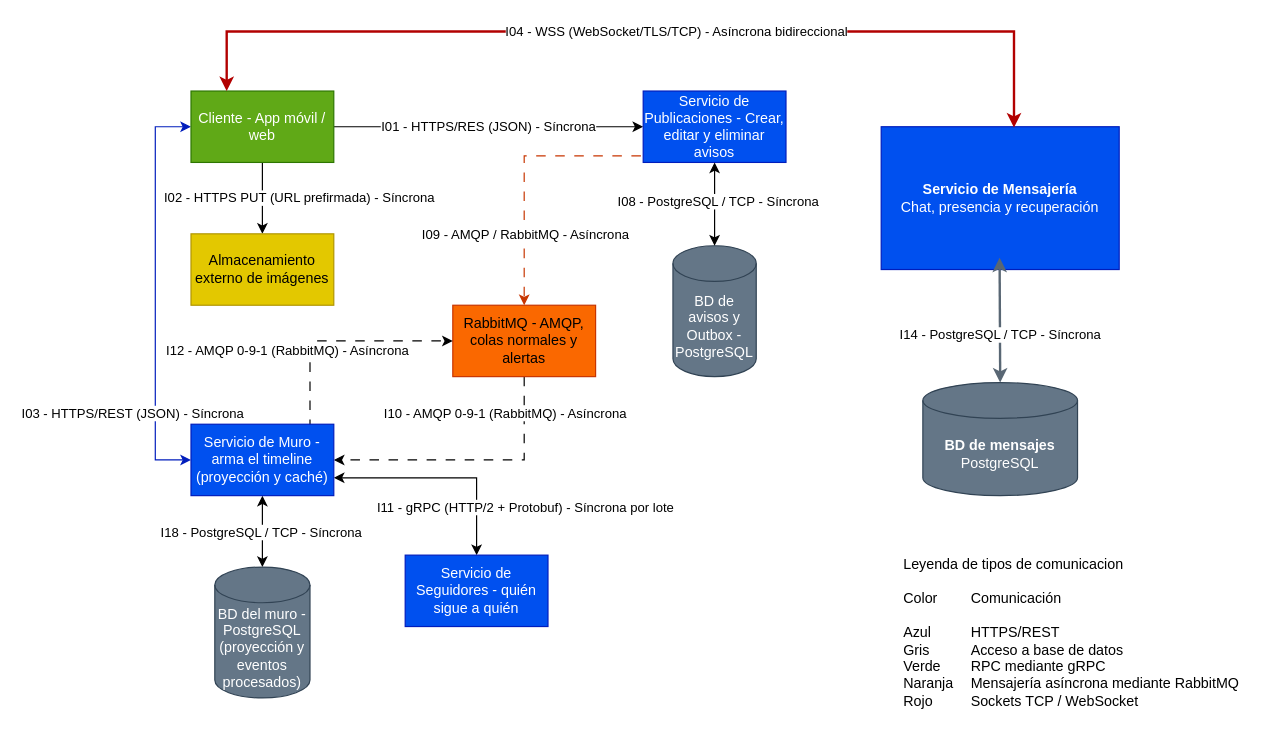
Earlier version of the draw.io diagram Archivo editable y exportado/vecindario.drawio.xml (Yukisan-uwo/GA-TL-02-FORM-Modelado-de-Comunicacion-entre-Procesos-Distribuidos). Source tidied: cells renumbered, new cells numbered last; positions are measured from the earlier drawing's top-left corner, leaving out a move shared by most shapes. Both pictures are drawn from the tidied source at 119%, with x=0, y=0 at pixel (155, 31).
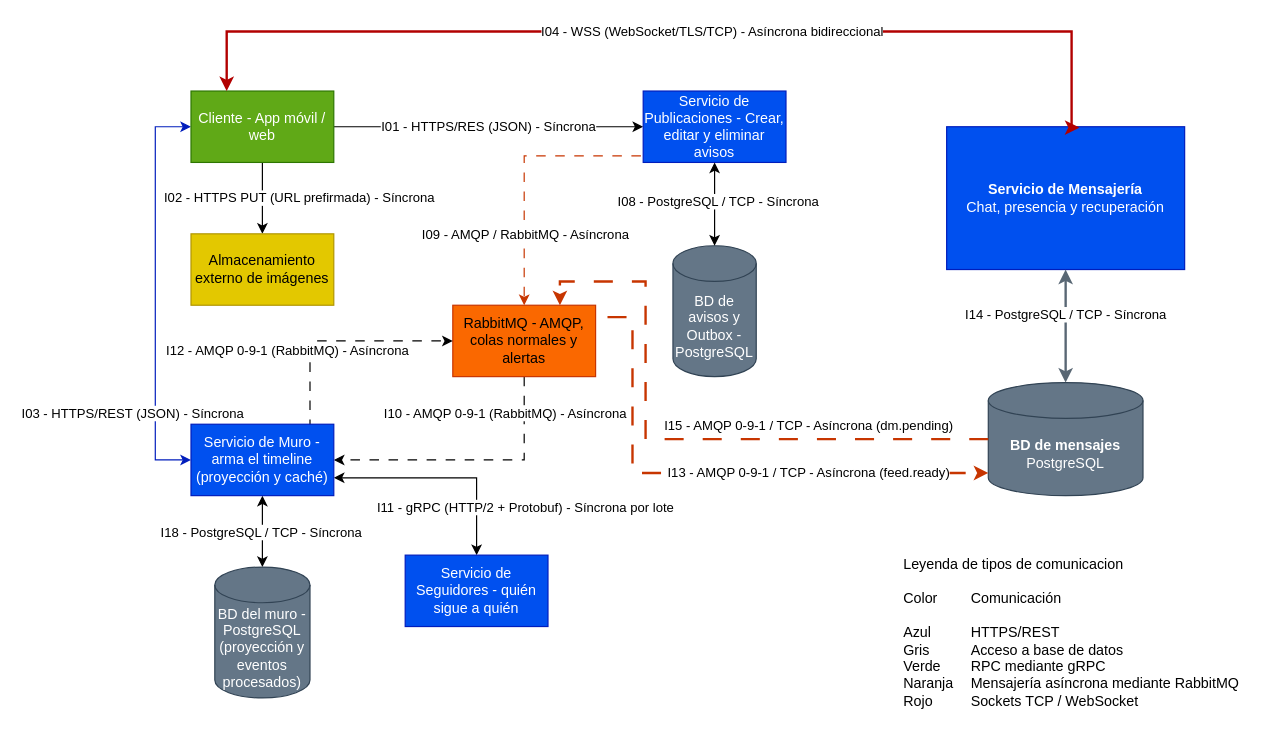
The same diagram, later.

Commit message:
I15 e I13 - Conectar mensajería con RabbitMQ

The change refers to these unchanged cells:
```xml
<mxCell id="7" value="Cliente - App móvil / web" style="rounded=0;whiteSpace=wrap;html=1;fillColor=#60a917;fontColor=#ffffff;strokeColor=#2D7600;" parent="1" vertex="1">
  <mxGeometry x="30" y="50" width="120" height="60" as="geometry" />
</mxCell>
<mxCell id="17" value="RabbitMQ - AMQP, colas normales y alertas" style="rounded=0;whiteSpace=wrap;html=1;fillColor=#fa6800;fontColor=light-dark(#000000,#000000);strokeColor=#C73500;" parent="1" vertex="1">
  <mxGeometry x="250" y="230" width="120" height="60" as="geometry" />
</mxCell>
```

What changed in the source:
```diff
@@
     <mxCell id="28" value="&lt;b&gt;Servicio de Mensajería&lt;/b&gt;&lt;br&gt;Chat, presencia y recuperación" style="rounded=0;whiteSpace=wrap;html=1;fillColor=#0050ef;fontColor=#ffffff;strokeColor=#001DBC;" parent="1" vertex="1">
-      <mxGeometry x="610" y="80" width="200" height="120" as="geometry" />
+      <mxGeometry x="665" y="80" width="200" height="120" as="geometry" />
     </mxCell>
     <mxCell id="29" value="&lt;b&gt;BD de mensajes&lt;/b&gt;&lt;br&gt;PostgreSQL" style="shape=cylinder3;whiteSpace=wrap;html=1;boundedLbl=1;backgroundOutline=1;size=15;fillColor=#647687;fontColor=#ffffff;strokeColor=#314354;" parent="1" vertex="1">
-      <mxGeometry x="645" y="295" width="130" height="95" as="geometry" />
+      <mxGeometry x="700" y="295" width="130" height="95" as="geometry" />
     </mxCell>
     <mxCell id="30" value="I04 - WSS (WebSocket/TLS/TCP) - Asíncrona bidireccional" style="edgeStyle=orthogonalEdgeStyle;rounded=0;jettySize=auto;html=1;defaultLabelBackgroundColor=page;strokeWidth=2;strokeColor=light-dark(#B20000,#FF7474);exitX=0.25;exitY=0;exitDx=0;exitDy=0;startArrow=classic;startFill=1;endArrow=classic;endFill=1;entryX=0.558;entryY=0.006;entryDx=0;entryDy=0;entryPerimeter=0;" parent="1" edge="1" source="7" target="28">
       <mxGeometry x="0.08" relative="1" as="geometry">
         <Array as="points">
           <mxPoint x="60" />
-          <mxPoint x="721.6" />
+          <mxPoint x="770" />
+          <mxPoint x="770" y="80.7" />
         </Array>
       </mxGeometry>
     </mxCell>
-    <mxCell id="31" value="I14 - PostgreSQL / TCP - Síncrona" style="edgeStyle=orthogonalEdgeStyle;rounded=0;jettySize=auto;html=1;defaultLabelBackgroundColor=page;strokeWidth=2;strokeColor=light-dark(#596774,#A6A6A6);exitX=0.5;exitY=1;exitDx=0;exitDy=0;entryX=0.5;entryY=0;entryDx=0;entryDy=0;startArrow=classic;startFill=1;endArrow=classic;endFill=1;entryPerimeter=0;" parent="1" edge="1" target="29">
-      <mxGeometry x="0.24" relative="1" as="geometry">
-        <mxPoint x="709.5" y="190" as="sourcePoint" />
-      </mxGeometry>
+    <mxCell id="31" value="I14 - PostgreSQL / TCP - Síncrona" style="edgeStyle=orthogonalEdgeStyle;rounded=0;jettySize=auto;html=1;defaultLabelBackgroundColor=page;strokeWidth=2;strokeColor=light-dark(#596774,#A6A6A6);entryX=0.5;entryY=0;entryDx=0;entryDy=0;startArrow=classic;startFill=1;endArrow=classic;endFill=1;entryPerimeter=0;" parent="1" edge="1" source="28" target="29">
+      <mxGeometry x="-0.2" relative="1" as="geometry" />
     </mxCell>
+    <mxCell id="32" value="I15 - AMQP 0-9-1 / TCP - Asíncrona (dm.pending)" style="edgeStyle=orthogonalEdgeStyle;rounded=0;jettySize=auto;html=1;defaultLabelBackgroundColor=page;strokeWidth=2;strokeColor=light-dark(#C73500,#FF9164);entryX=0.75;entryY=0;entryDx=0;entryDy=0;startArrow=none;startFill=1;endArrow=classic;endFill=1;dashed=1;dashPattern=8 8;" parent="1" edge="1" source="29" target="17">
+      <mxGeometry x="-0.41" y="-12" relative="1" as="geometry">
+        <Array as="points">
+          <mxPoint x="412" y="342.5" />
+          <mxPoint x="412" y="210" />
+          <mxPoint x="340" y="210" />
+        </Array>
+      </mxGeometry>
+    </mxCell>
+    <mxCell id="33" value="I13 - AMQP 0-9-1 / TCP - Asíncrona (feed.ready)" style="edgeStyle=orthogonalEdgeStyle;rounded=0;jettySize=auto;html=1;defaultLabelBackgroundColor=page;strokeWidth=2;strokeColor=light-dark(#C73500,#FF9164);exitX=1;exitY=0.75;exitDx=0;exitDy=0;startArrow=none;startFill=1;endArrow=classic;endFill=1;dashed=1;dashPattern=8 8;" parent="1" edge="1" target="29">
+      <mxGeometry x="0.33" relative="1" as="geometry">
+        <mxPoint x="380" y="240" as="sourcePoint" />
+        <Array as="points">
+          <mxPoint x="401" y="240" />
+          <mxPoint x="401" y="371" />
+        </Array>
+      </mxGeometry>
+    </mxCell>
```
